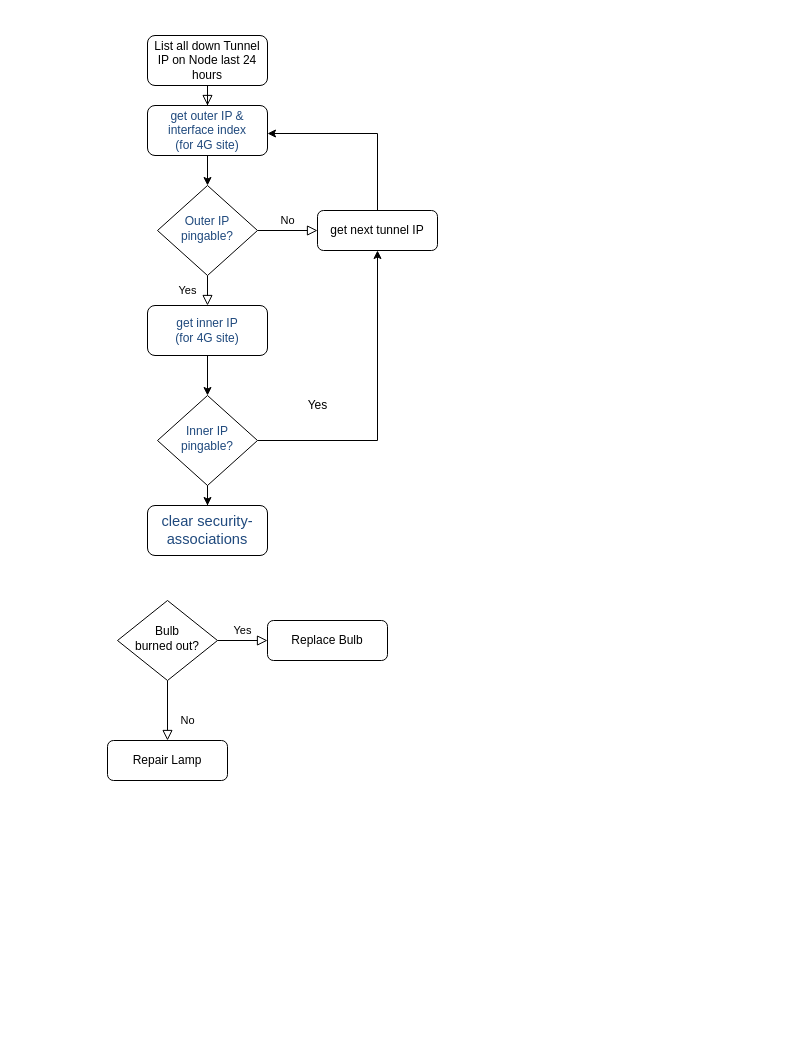
This is SecGWs.drawio from hanyslmm/assessment, a draw.io file, before an edit. Source tidied: cells renumbered, new cells numbered last; positions are measured from the earlier drawing's top-left corner, leaving out a move shared by most shapes. Both pictures are drawn from the tidied source at 100%, with x=0, y=0 at pixel (107, 35).
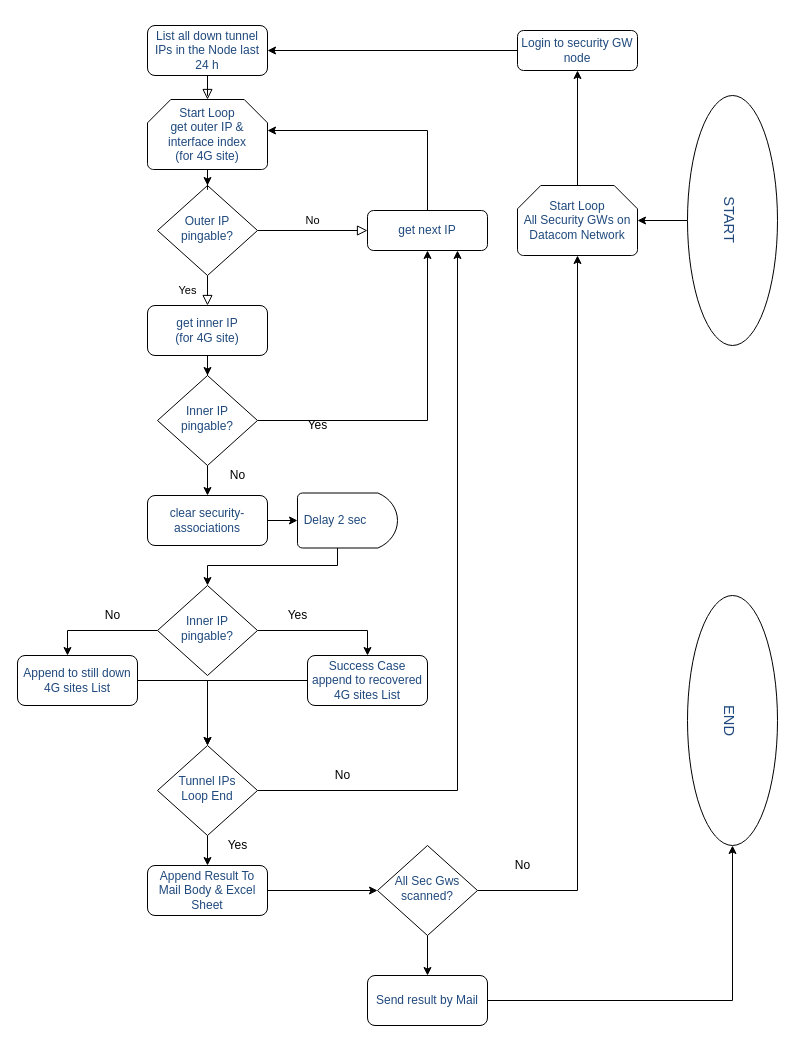
Above is the later version.

The edit, as a diff of the source:
```diff
@@
-    <mxCell id="3" value="&lt;p&gt;List all down Tunnel IP on Node last 24 hours&lt;/p&gt;" style="rounded=1;whiteSpace=wrap;html=1;fontSize=12;glass=0;strokeWidth=1;shadow=0;" parent="1" vertex="1">
-      <mxGeometry x="40" width="120" height="50" as="geometry" />
+    <mxCell id="3" value="&lt;p&gt;&lt;span style=&quot;color: rgb(31 , 73 , 125) ; font-family: &amp;#34;calibri&amp;#34; , sans-serif ; text-indent: -24px&quot;&gt;&lt;font style=&quot;font-size: 12px&quot;&gt;List all down tunnel IPs in the Node last 24 h&lt;/font&gt;&lt;/span&gt;&lt;br&gt;&lt;/p&gt;" style="rounded=1;whiteSpace=wrap;html=1;fontSize=12;glass=0;strokeWidth=1;shadow=0;" parent="1" vertex="1">
+      <mxGeometry x="40" y="-10" width="120" height="50" as="geometry" />
     </mxCell>
@@
     <mxCell id="7" style="edgeStyle=orthogonalEdgeStyle;rounded=0;jettySize=auto;html=1;" parent="1" edge="1" source="8" target="15">
       <mxGeometry relative="1" as="geometry">
         <Array as="points">
-          <mxPoint x="270" y="98" />
+          <mxPoint x="320" y="95" />
         </Array>
       </mxGeometry>
     </mxCell>
-    <mxCell id="8" value="get next tunnel IP" style="rounded=1;whiteSpace=wrap;html=1;fontSize=12;glass=0;strokeWidth=1;shadow=0;" parent="1" vertex="1">
-      <mxGeometry x="210" y="175" width="120" height="40" as="geometry" />
+    <mxCell id="8" value="&lt;span style=&quot;color: rgb(31 , 73 , 125) ; font-family: &amp;#34;calibri&amp;#34; , sans-serif ; text-indent: -24px&quot;&gt;&lt;font style=&quot;font-size: 12px&quot;&gt;get next IP&lt;/font&gt;&lt;/span&gt;" style="rounded=1;whiteSpace=wrap;html=1;fontSize=12;glass=0;strokeWidth=1;shadow=0;" parent="1" vertex="1">
+      <mxGeometry x="260" y="175" width="120" height="40" as="geometry" />
     </mxCell>
-    <mxCell id="9" value="No" style="rounded=0;html=1;jettySize=auto;fontSize=11;endArrow=block;endFill=0;endSize=8;strokeWidth=1;shadow=0;labelBackgroundColor=none;edgeStyle=orthogonalEdgeStyle;" parent="1" edge="1" source="11" target="12">
-      <mxGeometry x="0.33" y="20" relative="1" as="geometry" />
-    </mxCell>
-    <mxCell id="10" value="Yes" style="edgeStyle=orthogonalEdgeStyle;rounded=0;html=1;jettySize=auto;fontSize=11;endArrow=block;endFill=0;endSize=8;strokeWidth=1;shadow=0;labelBackgroundColor=none;" parent="1" edge="1" source="11" target="13">
-      <mxGeometry y="10" relative="1" as="geometry" />
-    </mxCell>
-    <mxCell id="11" value="Bulb&lt;br&gt;burned out?" style="rhombus;whiteSpace=wrap;html=1;shadow=0;fontFamily=Helvetica;fontSize=12;align=center;strokeWidth=1;spacing=6;spacingTop=-4;" parent="1" vertex="1">
-      <mxGeometry x="10" y="565" width="100" height="80" as="geometry" />
-    </mxCell>
-    <mxCell id="12" value="Repair Lamp" style="rounded=1;whiteSpace=wrap;html=1;fontSize=12;glass=0;strokeWidth=1;shadow=0;" parent="1" vertex="1">
-      <mxGeometry y="705" width="120" height="40" as="geometry" />
-    </mxCell>
-    <mxCell id="13" value="Replace Bulb" style="rounded=1;whiteSpace=wrap;html=1;fontSize=12;glass=0;strokeWidth=1;shadow=0;" parent="1" vertex="1">
-      <mxGeometry x="160" y="585" width="120" height="40" as="geometry" />
-    </mxCell>
@@
-    <mxCell id="15" value="&lt;span style=&quot;color: rgb(31 , 73 , 125) ; font-family: &amp;#34;calibri&amp;#34; , sans-serif ; text-indent: -24px&quot;&gt;&lt;font style=&quot;font-size: 12px&quot;&gt;get outer IP &amp;amp; interface index&lt;br&gt;(for 4G site)&lt;/font&gt;&lt;/span&gt;" style="rounded=1;whiteSpace=wrap;html=1;fontSize=12;glass=0;strokeWidth=1;shadow=0;" parent="1" vertex="1">
-      <mxGeometry x="40" y="70" width="120" height="50" as="geometry" />
+    <mxCell id="15" value="&lt;span style=&quot;color: rgb(31 , 73 , 125) ; font-family: &amp;#34;calibri&amp;#34; , sans-serif ; text-indent: -24px&quot;&gt;&lt;font style=&quot;font-size: 12px&quot;&gt;Start Loop&lt;br&gt;get outer IP &amp;amp; interface index&lt;br&gt;(for 4G site)&lt;/font&gt;&lt;/span&gt;" style="strokeWidth=1;html=1;shape=mxgraph.flowchart.loop_limit;whiteSpace=wrap;shadow=0;fontFamily=Helvetica;fontSize=12;fontColor=#000000;align=center;strokeColor=#000000;fillColor=#ffffff;" parent="1" vertex="1">
+      <mxGeometry x="40" y="64" width="120" height="70" as="geometry" />
     </mxCell>
@@
     <mxCell id="20" value="&lt;span style=&quot;color: rgb(31 , 73 , 125) ; font-family: &amp;#34;calibri&amp;#34; , sans-serif ; text-indent: -24px&quot;&gt;&lt;font style=&quot;font-size: 12px&quot;&gt;Inner IP &lt;br&gt;pingable?&lt;/font&gt;&lt;/span&gt;" style="rhombus;whiteSpace=wrap;html=1;shadow=0;fontFamily=Helvetica;fontSize=12;align=center;strokeWidth=1;spacing=6;spacingTop=-4;" parent="1" vertex="1">
-      <mxGeometry x="50" y="360" width="100" height="90" as="geometry" />
+      <mxGeometry x="50" y="340" width="100" height="90" as="geometry" />
     </mxCell>
     <mxCell id="21" value="Yes" style="text;html=1;align=center;verticalAlign=middle;" parent="1" vertex="1">
-      <mxGeometry x="190" y="360" width="40" height="20" as="geometry" />
+      <mxGeometry x="190" y="380" width="40" height="20" as="geometry" />
     </mxCell>
+    <mxCell id="23" style="edgeStyle=orthogonalEdgeStyle;rounded=0;jettySize=auto;html=1;" parent="1" edge="1" source="22" target="53">
+      <mxGeometry relative="1" as="geometry" />
+    </mxCell>
-    <mxCell id="22" value="&lt;span style=&quot;color: rgb(31 , 73 , 125) ; font-family: &amp;#34;calibri&amp;#34; , sans-serif ; font-size: 14.6667px ; text-indent: -24px&quot;&gt;clear security-associations&lt;/span&gt;&lt;span style=&quot;color: rgb(31 , 73 , 125) ; font-family: &amp;#34;calibri&amp;#34; , sans-serif ; text-indent: -24px&quot;&gt;&lt;font style=&quot;font-size: 12px&quot;&gt;&lt;br&gt;&lt;/font&gt;&lt;/span&gt;" style="rounded=1;whiteSpace=wrap;html=1;fontSize=12;glass=0;strokeWidth=1;shadow=0;" parent="1" vertex="1">
-      <mxGeometry x="40" y="470" width="120" height="50" as="geometry" />
+    <mxCell id="22" value="&lt;span style=&quot;color: rgb(31 , 73 , 125) ; font-family: &amp;#34;calibri&amp;#34; , sans-serif ; text-indent: -24px&quot;&gt;&lt;font style=&quot;font-size: 12px&quot;&gt;clear security-associations&lt;/font&gt;&lt;/span&gt;&lt;span style=&quot;color: rgb(31 , 73 , 125) ; font-family: &amp;#34;calibri&amp;#34; , sans-serif ; text-indent: -24px&quot;&gt;&lt;font style=&quot;font-size: 12px&quot;&gt;&lt;br&gt;&lt;/font&gt;&lt;/span&gt;" style="rounded=1;whiteSpace=wrap;html=1;fontSize=12;glass=0;strokeWidth=1;shadow=0;" parent="1" vertex="1">
+      <mxGeometry x="40" y="460" width="120" height="50" as="geometry" />
     </mxCell>
+    <mxCell id="24" value="No" style="text;html=1;align=center;verticalAlign=middle;" parent="1" vertex="1">
+      <mxGeometry x="115" y="430" width="30" height="20" as="geometry" />
+    </mxCell>
+    <mxCell id="25" style="edgeStyle=orthogonalEdgeStyle;rounded=0;jettySize=auto;html=1;" parent="1" edge="1" source="27" target="31">
+      <mxGeometry relative="1" as="geometry">
+        <Array as="points">
+          <mxPoint x="260" y="595" />
+        </Array>
+      </mxGeometry>
+    </mxCell>
+    <mxCell id="26" style="edgeStyle=orthogonalEdgeStyle;rounded=0;jettySize=auto;html=1;" parent="1" edge="1" source="27" target="29">
+      <mxGeometry relative="1" as="geometry">
+        <Array as="points">
+          <mxPoint x="-40" y="595" />
+        </Array>
+      </mxGeometry>
+    </mxCell>
+    <mxCell id="27" value="&lt;span style=&quot;color: rgb(31 , 73 , 125) ; font-family: &amp;#34;calibri&amp;#34; , sans-serif ; text-indent: -24px&quot;&gt;&lt;font style=&quot;font-size: 12px&quot;&gt;Inner IP &lt;br&gt;pingable?&lt;/font&gt;&lt;/span&gt;" style="rhombus;whiteSpace=wrap;html=1;shadow=0;fontFamily=Helvetica;fontSize=12;align=center;strokeWidth=1;spacing=6;spacingTop=-4;" parent="1" vertex="1">
+      <mxGeometry x="50" y="550" width="100" height="90" as="geometry" />
+    </mxCell>
+    <mxCell id="28" style="edgeStyle=orthogonalEdgeStyle;rounded=0;jettySize=auto;html=1;" parent="1" edge="1" source="29" target="36">
+      <mxGeometry relative="1" as="geometry" />
+    </mxCell>
+    <mxCell id="29" value="&lt;span style=&quot;color: rgb(31 , 73 , 125) ; font-family: &amp;#34;calibri&amp;#34; , sans-serif ; text-indent: -24px&quot;&gt;Append to still down 4G sites List&lt;/span&gt;&lt;span style=&quot;color: rgb(31 , 73 , 125) ; font-family: &amp;#34;calibri&amp;#34; , sans-serif ; text-indent: -24px&quot;&gt;&lt;font style=&quot;font-size: 12px&quot;&gt;&lt;br&gt;&lt;/font&gt;&lt;/span&gt;" style="rounded=1;whiteSpace=wrap;html=1;fontSize=12;glass=0;strokeWidth=1;shadow=0;" parent="1" vertex="1">
+      <mxGeometry x="-90" y="620" width="120" height="50" as="geometry" />
+    </mxCell>
+    <mxCell id="30" style="edgeStyle=orthogonalEdgeStyle;rounded=0;jettySize=auto;html=1;" parent="1" edge="1" source="31" target="36">
+      <mxGeometry relative="1" as="geometry" />
+    </mxCell>
+    <mxCell id="31" value="&lt;span style=&quot;color: rgb(31 , 73 , 125) ; font-family: &amp;#34;calibri&amp;#34; , sans-serif ; text-indent: -24px&quot;&gt;&lt;font style=&quot;font-size: 12px&quot;&gt;Success Case append to recovered 4G sites List&lt;/font&gt;&lt;/span&gt;&lt;span style=&quot;color: rgb(31 , 73 , 125) ; font-family: &amp;#34;calibri&amp;#34; , sans-serif ; text-indent: -24px&quot;&gt;&lt;font style=&quot;font-size: 12px&quot;&gt;&lt;br&gt;&lt;/font&gt;&lt;/span&gt;" style="rounded=1;whiteSpace=wrap;html=1;fontSize=12;glass=0;strokeWidth=1;shadow=0;" parent="1" vertex="1">
+      <mxGeometry x="200" y="620" width="120" height="50" as="geometry" />
+    </mxCell>
+    <mxCell id="32" value="Yes" style="text;html=1;align=center;verticalAlign=middle;" parent="1" vertex="1">
+      <mxGeometry x="170" y="570" width="40" height="20" as="geometry" />
+    </mxCell>
+    <mxCell id="33" value="No" style="text;html=1;align=center;verticalAlign=middle;" parent="1" vertex="1">
+      <mxGeometry x="-10" y="570" width="30" height="20" as="geometry" />
+    </mxCell>
+    <mxCell id="34" style="edgeStyle=orthogonalEdgeStyle;rounded=0;jettySize=auto;html=1;entryX=0.75;entryY=1;entryDx=0;entryDy=0;" parent="1" edge="1" source="36" target="8">
+      <mxGeometry relative="1" as="geometry" />
+    </mxCell>
+    <mxCell id="35" style="edgeStyle=orthogonalEdgeStyle;rounded=0;jettySize=auto;html=1;" parent="1" edge="1" source="36" target="39">
+      <mxGeometry relative="1" as="geometry" />
+    </mxCell>
+    <mxCell id="36" value="&lt;font color=&quot;#1f497d&quot; face=&quot;calibri, sans-serif&quot;&gt;Tunnel IPs &lt;br&gt;Loop End&lt;/font&gt;" style="rhombus;whiteSpace=wrap;html=1;shadow=0;fontFamily=Helvetica;fontSize=12;align=center;strokeWidth=1;spacing=6;spacingTop=-4;" parent="1" vertex="1">
+      <mxGeometry x="50" y="710" width="100" height="90" as="geometry" />
+    </mxCell>
+    <mxCell id="37" value="No" style="text;html=1;align=center;verticalAlign=middle;" parent="1" vertex="1">
+      <mxGeometry x="220" y="730" width="30" height="20" as="geometry" />
+    </mxCell>
+    <mxCell id="38" style="edgeStyle=orthogonalEdgeStyle;rounded=0;jettySize=auto;html=1;" parent="1" edge="1" source="39" target="42">
+      <mxGeometry relative="1" as="geometry" />
+    </mxCell>
+    <mxCell id="39" value="&lt;span style=&quot;color: rgb(31 , 73 , 125) ; font-family: &amp;#34;calibri&amp;#34; , sans-serif ; text-indent: -24px&quot;&gt;&lt;font style=&quot;font-size: 12px&quot;&gt;Append Result To Mail Body &amp;amp; Excel Sheet&lt;/font&gt;&lt;/span&gt;&lt;span style=&quot;color: rgb(31 , 73 , 125) ; font-family: &amp;#34;calibri&amp;#34; , sans-serif ; text-indent: -24px&quot;&gt;&lt;font style=&quot;font-size: 12px&quot;&gt;&lt;br&gt;&lt;/font&gt;&lt;/span&gt;" style="rounded=1;whiteSpace=wrap;html=1;fontSize=12;glass=0;strokeWidth=1;shadow=0;" parent="1" vertex="1">
+      <mxGeometry x="40" y="830" width="120" height="50" as="geometry" />
+    </mxCell>
+    <mxCell id="40" style="edgeStyle=orthogonalEdgeStyle;rounded=0;jettySize=auto;html=1;" parent="1" edge="1" source="42" target="47">
+      <mxGeometry relative="1" as="geometry" />
+    </mxCell>
+    <mxCell id="41" style="edgeStyle=orthogonalEdgeStyle;rounded=0;jettySize=auto;html=1;" parent="1" edge="1" source="42" target="55">
+      <mxGeometry relative="1" as="geometry" />
+    </mxCell>
+    <mxCell id="42" value="&lt;font color=&quot;#1f497d&quot; face=&quot;calibri, sans-serif&quot;&gt;All Sec Gws scanned?&lt;/font&gt;" style="rhombus;whiteSpace=wrap;html=1;shadow=0;fontFamily=Helvetica;fontSize=12;align=center;strokeWidth=1;spacing=6;spacingTop=-4;" parent="1" vertex="1">
+      <mxGeometry x="270" y="810" width="100" height="90" as="geometry" />
+    </mxCell>
+    <mxCell id="43" style="edgeStyle=orthogonalEdgeStyle;rounded=0;jettySize=auto;html=1;" parent="1" edge="1" source="44" target="3">
+      <mxGeometry relative="1" as="geometry" />
+    </mxCell>
+    <mxCell id="44" value="&lt;span style=&quot;color: rgb(31 , 73 , 125) ; font-family: &amp;#34;calibri&amp;#34; , sans-serif ; text-indent: -24px&quot;&gt;&lt;font style=&quot;font-size: 12px&quot;&gt;Login to security GW node&lt;/font&gt;&lt;/span&gt;" style="rounded=1;whiteSpace=wrap;html=1;fontSize=12;glass=0;strokeWidth=1;shadow=0;" parent="1" vertex="1">
+      <mxGeometry x="410" y="-5" width="120" height="40" as="geometry" />
+    </mxCell>
+    <mxCell id="45" value="No" style="text;html=1;align=center;verticalAlign=middle;" parent="1" vertex="1">
+      <mxGeometry x="400" y="820" width="30" height="20" as="geometry" />
+    </mxCell>
+    <mxCell id="46" style="edgeStyle=orthogonalEdgeStyle;rounded=0;jettySize=auto;html=1;" parent="1" edge="1" source="47" target="44">
+      <mxGeometry relative="1" as="geometry" />
+    </mxCell>
+    <mxCell id="47" value="&lt;span style=&quot;color: rgb(31 , 73 , 125) ; font-family: &amp;#34;calibri&amp;#34; , sans-serif ; text-indent: -24px&quot;&gt;&lt;font style=&quot;font-size: 12px&quot;&gt;Start Loop&lt;br&gt;All Security GWs on Datacom Network&lt;/font&gt;&lt;/span&gt;" style="strokeWidth=1;html=1;shape=mxgraph.flowchart.loop_limit;whiteSpace=wrap;shadow=0;fontFamily=Helvetica;fontSize=12;fontColor=#000000;align=center;strokeColor=#000000;fillColor=#ffffff;" parent="1" vertex="1">
+      <mxGeometry x="410" y="150" width="120" height="70" as="geometry" />
+    </mxCell>
+    <mxCell id="48" style="edgeStyle=orthogonalEdgeStyle;rounded=0;jettySize=auto;html=1;" parent="1" edge="1" source="49" target="47">
+      <mxGeometry relative="1" as="geometry" />
+    </mxCell>
+    <mxCell id="49" style="strokeWidth=1;html=1;shape=mxgraph.flowchart.start_1;whiteSpace=wrap;direction=north;" parent="1" vertex="1">
+      <mxGeometry x="580" y="60" width="90" height="250" as="geometry" />
+    </mxCell>
+    <mxCell id="50" value="&lt;span style=&quot;color: rgb(31 , 73 , 125) ; font-family: &amp;#34;calibri&amp;#34; , sans-serif ; font-size: 14.6667px ; text-indent: -24px&quot;&gt;START&lt;/span&gt;" style="text;html=1;align=center;verticalAlign=middle;rotation=90;" parent="1" vertex="1">
+      <mxGeometry x="592" y="174" width="60" height="20" as="geometry" />
+    </mxCell>
+    <mxCell id="51" value="Yes" style="text;html=1;align=center;verticalAlign=middle;" parent="1" vertex="1">
+      <mxGeometry x="110" y="800" width="40" height="20" as="geometry" />
+    </mxCell>
+    <mxCell id="52" style="edgeStyle=orthogonalEdgeStyle;rounded=0;jettySize=auto;html=1;" parent="1" edge="1" source="53" target="27">
+      <mxGeometry relative="1" as="geometry">
+        <Array as="points">
+          <mxPoint x="230" y="530" />
+          <mxPoint x="100" y="530" />
+        </Array>
+      </mxGeometry>
+    </mxCell>
+    <mxCell id="53" value="&lt;div style=&quot;text-indent: -24px&quot;&gt;&lt;font color=&quot;#1f497d&quot; face=&quot;Calibri, sans-serif&quot; style=&quot;font-size: 12px&quot;&gt;Delay 2 sec&lt;/font&gt;&lt;/div&gt;" style="strokeWidth=1;html=1;shape=mxgraph.flowchart.delay;whiteSpace=wrap;" parent="1" vertex="1">
+      <mxGeometry x="190" y="457.5" width="100" height="55" as="geometry" />
+    </mxCell>
+    <mxCell id="54" style="edgeStyle=orthogonalEdgeStyle;rounded=0;jettySize=auto;html=1;" parent="1" edge="1" source="55" target="56">
+      <mxGeometry relative="1" as="geometry" />
+    </mxCell>
+    <mxCell id="55" value="&lt;span style=&quot;color: rgb(31 , 73 , 125) ; font-family: &amp;#34;calibri&amp;#34; , sans-serif ; text-indent: -24px&quot;&gt;Send result by Mail&lt;/span&gt;&lt;span style=&quot;color: rgb(31 , 73 , 125) ; font-family: &amp;#34;calibri&amp;#34; , sans-serif ; text-indent: -24px&quot;&gt;&lt;font style=&quot;font-size: 12px&quot;&gt;&lt;br&gt;&lt;/font&gt;&lt;/span&gt;" style="rounded=1;whiteSpace=wrap;html=1;fontSize=12;glass=0;strokeWidth=1;shadow=0;" parent="1" vertex="1">
+      <mxGeometry x="260" y="940" width="120" height="50" as="geometry" />
+    </mxCell>
+    <mxCell id="56" style="strokeWidth=1;html=1;shape=mxgraph.flowchart.start_1;whiteSpace=wrap;direction=north;" parent="1" vertex="1">
+      <mxGeometry x="580" y="560" width="90" height="250" as="geometry" />
+    </mxCell>
+    <mxCell id="57" value="&lt;span style=&quot;color: rgb(31 , 73 , 125) ; font-family: &amp;#34;calibri&amp;#34; , sans-serif ; font-size: 14.6667px ; text-indent: -24px&quot;&gt;END&lt;/span&gt;" style="text;html=1;align=center;verticalAlign=middle;rotation=90;" parent="1" vertex="1">
+      <mxGeometry x="597" y="675" width="50" height="20" as="geometry" />
+    </mxCell>
```
